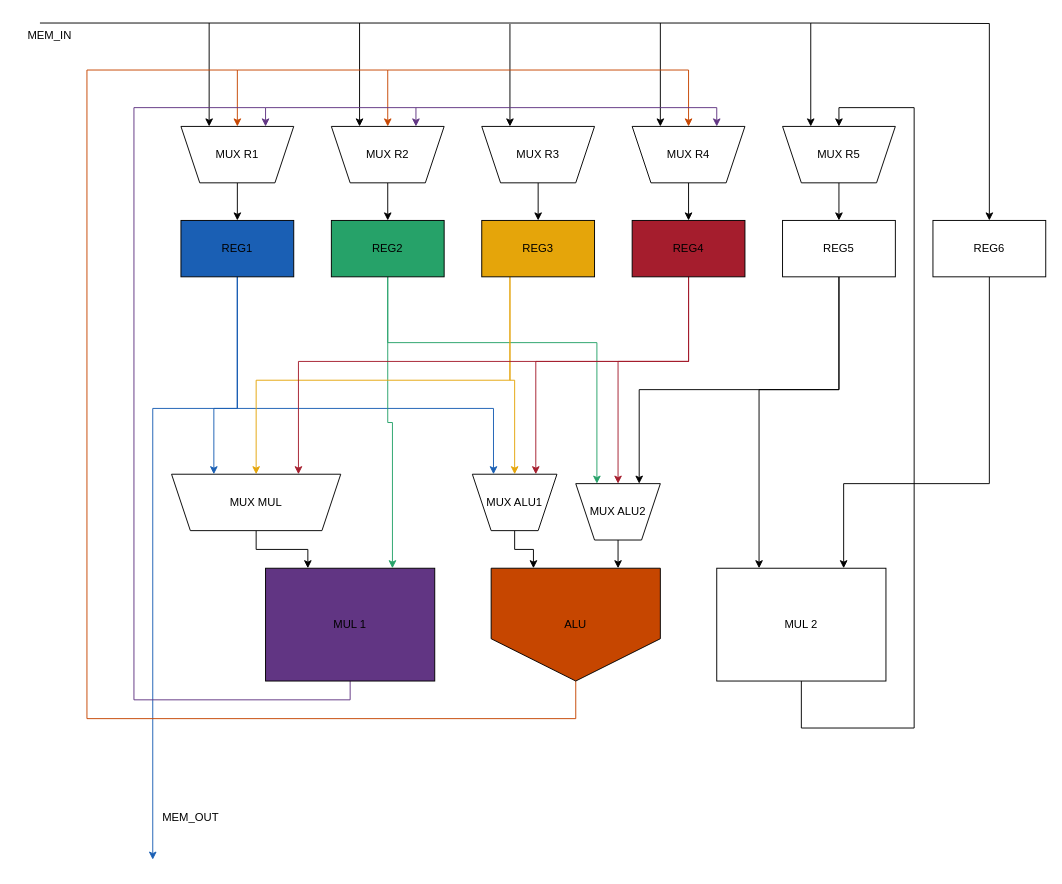
Earlier version of the draw.io diagram Lab2/Datapath.drawio (WoneBone/PSD). Source tidied: cells renumbered, new cells numbered last; positions are measured from the earlier drawing's top-left corner, leaving out a move shared by most shapes. Both pictures are drawn from the tidied source at 94%, with x=0, y=0 at pixel (16, 21).
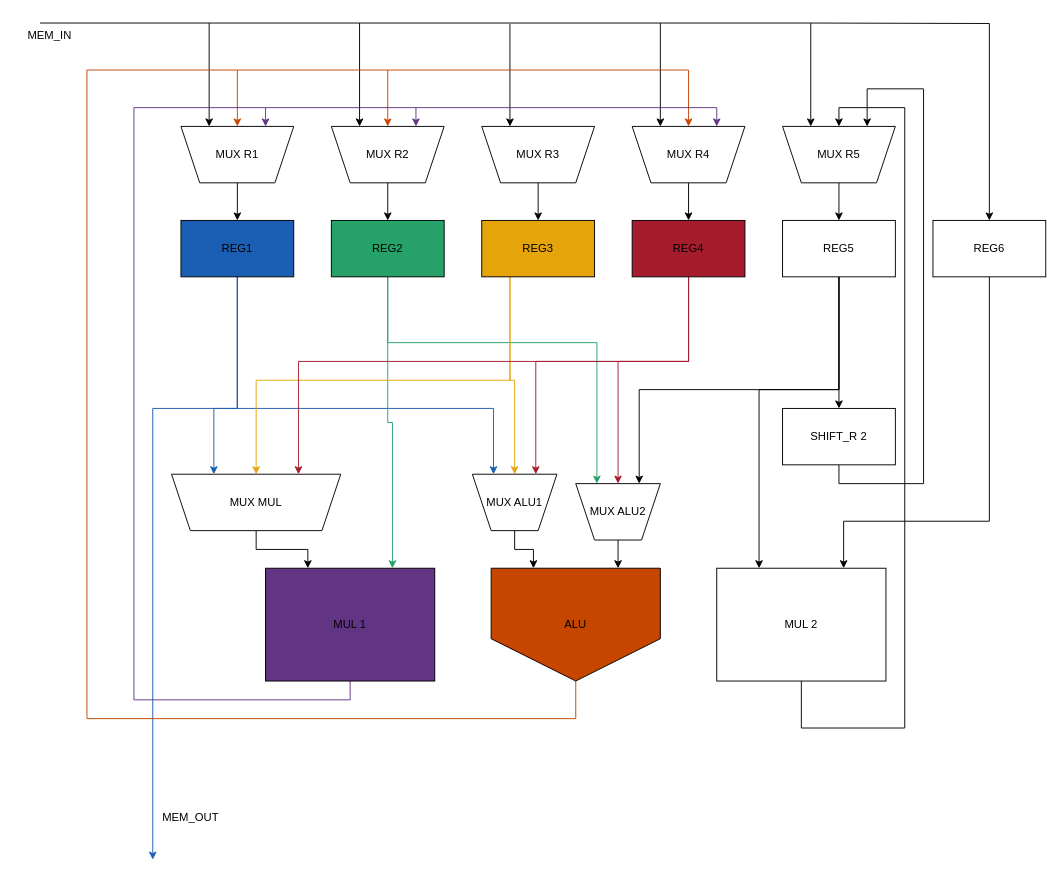
Above is the later version.

Unchanged cells that the change refers to:
```xml
<mxCell id="18" value="REG5" style="rounded=0;whiteSpace=wrap;html=1;" parent="1" vertex="1">
  <mxGeometry x="815" y="212" width="120" height="60" as="geometry" />
</mxCell>
<mxCell id="20" value="&lt;div&gt;REG6&lt;/div&gt;" style="rounded=0;whiteSpace=wrap;html=1;" parent="1" vertex="1">
  <mxGeometry x="975" y="212" width="120" height="60" as="geometry" />
</mxCell>
<mxCell id="30" value="MUX R5" style="shape=trapezoid;perimeter=trapezoidPerimeter;whiteSpace=wrap;html=1;fixedSize=1;flipV=1;" parent="1" vertex="1">
  <mxGeometry x="815" y="112" width="120" height="60" as="geometry" />
</mxCell>
<mxCell id="41" value="MUL 2" style="rounded=0;whiteSpace=wrap;html=1;" parent="1" vertex="1">
  <mxGeometry x="745" y="582" width="180" height="120" as="geometry" />
</mxCell>
```

The edit, as a diff of the source:
```diff
@@
+    <mxCell id="55" style="edgeStyle=orthogonalEdgeStyle;rounded=0;jettySize=auto;html=1;exitX=0.5;exitY=1;exitDx=0;exitDy=0;" parent="1" edge="1" source="18" target="57">
+      <mxGeometry relative="1" as="geometry" />
+    </mxCell>
@@
     <mxCell id="19" style="edgeStyle=orthogonalEdgeStyle;rounded=0;jettySize=auto;html=1;exitX=0.5;exitY=1;exitDx=0;exitDy=0;entryX=0.75;entryY=0;entryDx=0;entryDy=0;" parent="1" edge="1" source="20" target="41">
       <mxGeometry relative="1" as="geometry">
         <Array as="points">
-          <mxPoint x="1035" y="492" />
-          <mxPoint x="880" y="492" />
+          <mxPoint x="1035" y="532" />
+          <mxPoint x="880" y="532" />
         </Array>
       </mxGeometry>
     </mxCell>
@@
     <mxCell id="40" style="edgeStyle=orthogonalEdgeStyle;rounded=0;jettySize=auto;html=1;exitX=0.5;exitY=1;exitDx=0;exitDy=0;entryX=0.5;entryY=0;entryDx=0;entryDy=0;" parent="1" edge="1" source="41" target="30">
       <mxGeometry relative="1" as="geometry">
         <Array as="points">
           <mxPoint x="835" y="752" />
-          <mxPoint x="955" y="752" />
-          <mxPoint x="955" y="92" />
+          <mxPoint x="945" y="752" />
+          <mxPoint x="945" y="92" />
           <mxPoint x="875" y="92" />
         </Array>
       </mxGeometry>
     </mxCell>
@@
+    <mxCell id="56" style="edgeStyle=orthogonalEdgeStyle;rounded=0;jettySize=auto;html=1;exitX=0.5;exitY=1;exitDx=0;exitDy=0;entryX=0.75;entryY=0;entryDx=0;entryDy=0;" parent="1" edge="1" source="57" target="30">
+      <mxGeometry relative="1" as="geometry">
+        <Array as="points">
+          <mxPoint x="875" y="492" />
+          <mxPoint x="965" y="492" />
+          <mxPoint x="965" y="72" />
+          <mxPoint x="905" y="72" />
+        </Array>
+      </mxGeometry>
+    </mxCell>
+    <mxCell id="57" value="SHIFT_R 2" style="rounded=0;whiteSpace=wrap;html=1;" parent="1" vertex="1">
+      <mxGeometry x="815" y="412" width="120" height="60" as="geometry" />
+    </mxCell>
```
